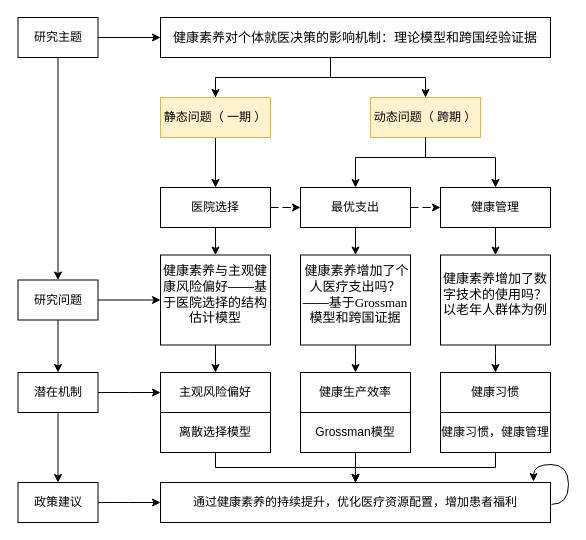
BWaaaa/AdvancedDID keeps this draw.io diagram as proposal.drawio. Above is the earlier version. Source tidied: cells renumbered, new cells numbered last; positions are measured from the earlier drawing's top-left corner, leaving out a move shared by most shapes. Both pictures are drawn from the tidied source at 100%, with x=0, y=0 at pixel (18, 17).
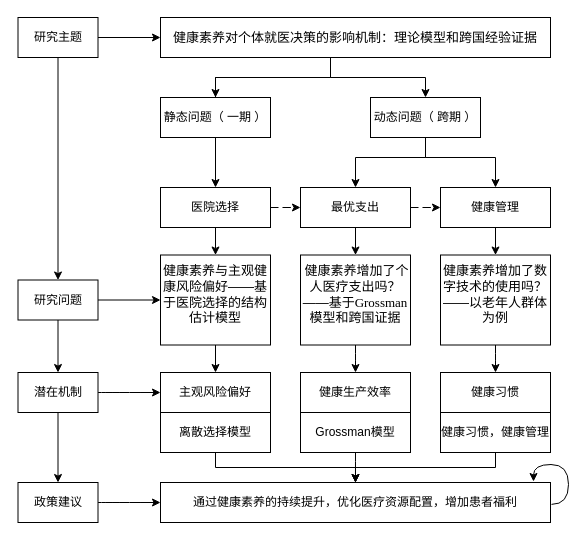
Above is the later version.

What changed in the source:
```diff
@@
-    <mxCell id="7" value="静态问题（ 一期 ）" style="rounded=0;whiteSpace=wrap;html=1;fillColor=#fff2cc;strokeColor=#d6b656;" parent="1" vertex="1">
+    <mxCell id="7" value="静态问题（ 一期 ）" style="rounded=0;whiteSpace=wrap;html=1;" parent="1" vertex="1">
       <mxGeometry x="142" y="80" width="110" height="40" as="geometry" />
     </mxCell>
@@
-    <mxCell id="17" value="&lt;font style=&quot;font-size: 13px;&quot;&gt;&lt;span style=&quot;font-family: 宋体;&quot;&gt;健康素养增加了数字技术的使用吗？&lt;/span&gt;&lt;span style=&quot;font-family: 宋体;&quot;&gt;以老年人群体为例&lt;/span&gt;&lt;/font&gt;&lt;br&gt;&lt;p style=&quot;margin-top:0cm;margin-right:0cm;margin-bottom:&lt;br/&gt;12.0pt;margin-left:22.0pt;text-align:justify;text-justify:inter-ideograph;&lt;br/&gt;text-indent:-22.0pt;mso-char-indent-count:0;line-height:150%;mso-list:l0 level1 lfo1&quot; class=&quot;MsoListParagraph&quot;&gt;&lt;span style=&quot;font-family: &amp;quot;Times New Roman&amp;quot;, serif;&quot; lang=&quot;EN-US&quot;&gt;&lt;/span&gt;&lt;/p&gt;" style="rounded=0;whiteSpace=wrap;html=1;" parent="1" vertex="1">
+    <mxCell id="17" value="&lt;font style=&quot;font-size: 13px;&quot;&gt;&lt;span style=&quot;font-family: 宋体;&quot;&gt;健康素养增加了数字技术的使用吗？&lt;/span&gt;&lt;span style=&quot;font-family: 宋体; text-indent: -29.3333px;&quot;&gt;——&lt;/span&gt;&lt;span style=&quot;font-family: 宋体;&quot;&gt;以老年人群体为例&lt;/span&gt;&lt;/font&gt;&lt;br&gt;&lt;p class=&quot;MsoListParagraph&quot; style=&quot;margin-top: 0cm; margin-right: 0cm; margin-left: 22pt; line-height: 150%;&quot;&gt;&lt;span lang=&quot;EN-US&quot; style=&quot;font-family: &amp;quot;Times New Roman&amp;quot;, serif;&quot;&gt;&lt;/span&gt;&lt;/p&gt;" style="rounded=0;whiteSpace=wrap;html=1;align=center;" parent="1" vertex="1">
       <mxGeometry x="422" y="237.5" width="110" height="90" as="geometry" />
     </mxCell>
@@
-    <mxCell id="21" value="动态问题（ 跨期 ）" style="rounded=0;whiteSpace=wrap;html=1;fillColor=#fff2cc;strokeColor=#d6b656;" parent="1" vertex="1">
+    <mxCell id="21" value="动态问题（ 跨期 ）" style="rounded=0;whiteSpace=wrap;html=1;" parent="1" vertex="1">
       <mxGeometry x="352" y="80" width="110" height="40" as="geometry" />
     </mxCell>
```
